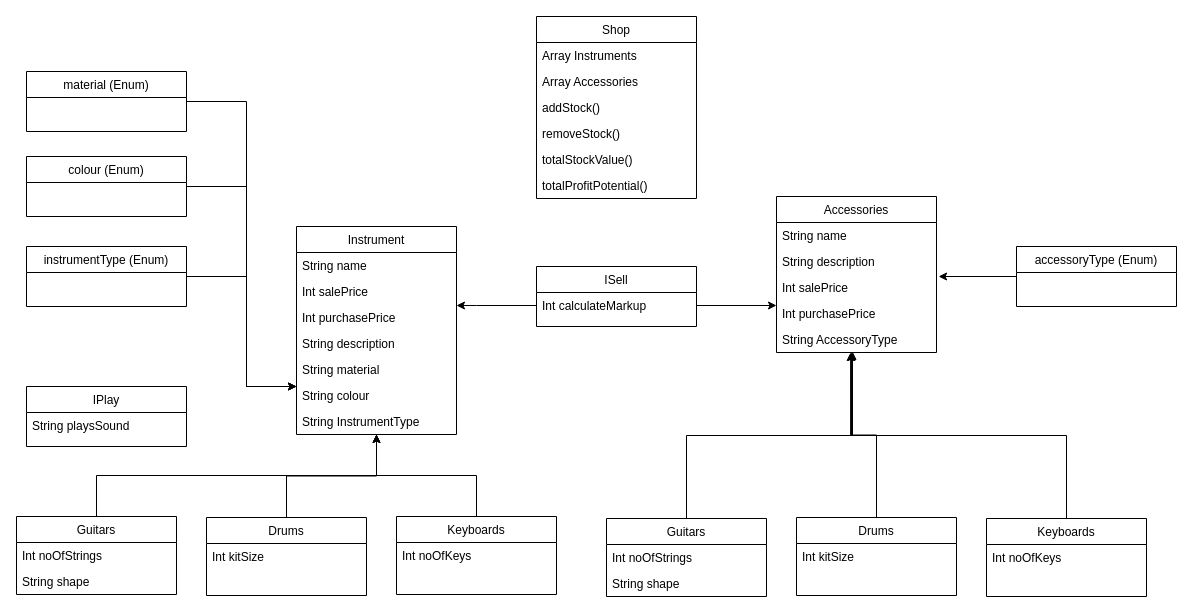
Above: Class_Diagram.drawio in M5FGN/codeclan_homework_week12_weekend_music_shop (draw.io), before the change. Source tidied: cells renumbered, new cells numbered last; positions are measured from the earlier drawing's top-left corner, leaving out a move shared by most shapes. Both pictures are drawn from the tidied source at 100%, with x=0, y=0 at pixel (16, 16).
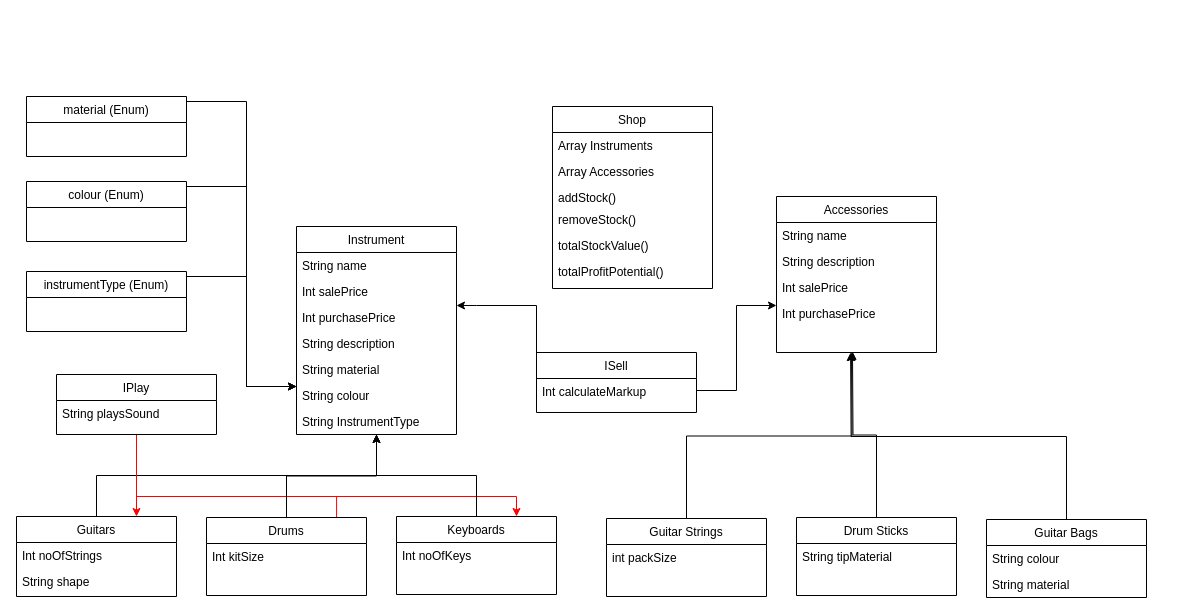
The same diagram, later.

The change refers to these unchanged cells:
```xml
<mxCell id="9" value="Accessories" style="swimlane;fontStyle=0;align=center;verticalAlign=top;horizontal=1;startSize=26;rounded=0;shadow=0;strokeWidth=1;" parent="1" vertex="1">
  <mxGeometry x="760" y="180" width="160" height="156" as="geometry" />
</mxCell>
<mxCell id="12" value="Int salePrice" style="text;align=left;verticalAlign=top;spacingLeft=4;spacingRight=4;overflow=hidden;points=[[0,0.5],[1,0.5]];portConstraint=eastwest;" parent="9" vertex="1">
  <mxGeometry y="78" width="160" height="26" as="geometry" />
</mxCell>
<mxCell id="36" value="Drums" style="swimlane;fontStyle=0;align=center;verticalAlign=top;horizontal=1;startSize=26;rounded=0;shadow=0;strokeWidth=1;" parent="1" vertex="1">
  <mxGeometry x="190" y="501" width="160" height="78" as="geometry" />
</mxCell>
<mxCell id="39" value="Keyboards" style="swimlane;fontStyle=0;align=center;verticalAlign=top;horizontal=1;startSize=26;rounded=0;shadow=0;strokeWidth=1;" parent="1" vertex="1">
  <mxGeometry x="380" y="500" width="160" height="78" as="geometry" />
</mxCell>
```

What changed in the source:
```diff
@@
     <mxCell id="2" value="Shop&#10;" style="swimlane;fontStyle=0;align=center;verticalAlign=top;horizontal=1;startSize=26;rounded=0;shadow=0;strokeWidth=1;" parent="1" vertex="1">
-      <mxGeometry x="520" width="160" height="182" as="geometry" />
+      <mxGeometry x="536" y="90" width="160" height="182" as="geometry" />
     </mxCell>
@@
     <mxCell id="5" value="addStock()" style="text;align=left;verticalAlign=top;spacingLeft=4;spacingRight=4;overflow=hidden;" parent="2" vertex="1">
-      <mxGeometry y="78" width="160" height="26" as="geometry" />
+      <mxGeometry y="78" width="160" height="22" as="geometry" />
     </mxCell>
     <mxCell id="6" value="removeStock()" style="text;align=left;verticalAlign=top;spacingLeft=4;spacingRight=4;overflow=hidden;" parent="2" vertex="1">
-      <mxGeometry y="104" width="160" height="26" as="geometry" />
+      <mxGeometry y="100" width="160" height="26" as="geometry" />
     </mxCell>
     <mxCell id="7" value="totalStockValue()" style="text;align=left;verticalAlign=top;spacingLeft=4;spacingRight=4;overflow=hidden;" parent="2" vertex="1">
-      <mxGeometry y="130" width="160" height="26" as="geometry" />
+      <mxGeometry y="126" width="160" height="26" as="geometry" />
     </mxCell>
     <mxCell id="8" value="totalProfitPotential()" style="text;align=left;verticalAlign=top;spacingLeft=4;spacingRight=4;overflow=hidden;" parent="2" vertex="1">
-      <mxGeometry y="156" width="160" height="26" as="geometry" />
+      <mxGeometry y="152" width="160" height="26" as="geometry" />
     </mxCell>
@@
-    <mxCell id="14" value="String AccessoryType" style="text;align=left;verticalAlign=top;spacingLeft=4;spacingRight=4;overflow=hidden;points=[[0,0.5],[1,0.5]];portConstraint=eastwest;" parent="9" vertex="1">
-      <mxGeometry y="130" width="160" height="26" as="geometry" />
-    </mxCell>
@@
     <mxCell id="16" value="Guitars" style="swimlane;fontStyle=0;align=center;verticalAlign=top;horizontal=1;startSize=26;rounded=0;shadow=0;strokeWidth=1;" parent="1" vertex="1">
-      <mxGeometry y="500" width="160" height="78" as="geometry" />
+      <mxGeometry y="500" width="160" height="80" as="geometry" />
     </mxCell>
@@
+    <mxCell id="57" style="edgeStyle=orthogonalEdgeStyle;rounded=0;jettySize=auto;html=1;exitX=0.5;exitY=1;exitDx=0;exitDy=0;entryX=0.75;entryY=0;entryDx=0;entryDy=0;strokeColor=#FF0000;" parent="1" edge="1" source="27" target="16">
+      <mxGeometry relative="1" as="geometry" />
+    </mxCell>
+    <mxCell id="58" style="edgeStyle=orthogonalEdgeStyle;rounded=0;jettySize=auto;html=1;exitX=0.5;exitY=1;exitDx=0;exitDy=0;entryX=0.813;entryY=0.115;entryDx=0;entryDy=0;entryPerimeter=0;strokeColor=#FF0000;" parent="1" edge="1" source="27" target="36">
+      <mxGeometry relative="1" as="geometry">
+        <Array as="points">
+          <mxPoint x="120" y="480" />
+          <mxPoint x="320" y="480" />
+        </Array>
+      </mxGeometry>
+    </mxCell>
+    <mxCell id="59" style="edgeStyle=orthogonalEdgeStyle;rounded=0;jettySize=auto;html=1;exitX=0.5;exitY=1;exitDx=0;exitDy=0;entryX=0.75;entryY=0;entryDx=0;entryDy=0;fillColor=#FF0000;strokeColor=#FF0000;" parent="1" edge="1" source="27" target="39">
+      <mxGeometry relative="1" as="geometry">
+        <Array as="points">
+          <mxPoint x="120" y="480" />
+          <mxPoint x="500" y="480" />
+        </Array>
+      </mxGeometry>
+    </mxCell>
     <mxCell id="27" value="IPlay" style="swimlane;fontStyle=0;align=center;verticalAlign=top;horizontal=1;startSize=26;rounded=0;shadow=0;strokeWidth=1;" parent="1" vertex="1">
-      <mxGeometry x="10" y="370" width="160" height="60" as="geometry" />
+      <mxGeometry x="40" y="358" width="160" height="60" as="geometry" />
     </mxCell>
@@
     <mxCell id="30" value="colour (Enum)" style="swimlane;fontStyle=0;align=center;verticalAlign=top;horizontal=1;startSize=26;rounded=0;shadow=0;strokeWidth=1;" parent="1" vertex="1">
-      <mxGeometry x="10" y="140" width="160" height="60" as="geometry" />
+      <mxGeometry x="10" y="165" width="160" height="60" as="geometry" />
     </mxCell>
@@
     <mxCell id="32" value="material (Enum)" style="swimlane;fontStyle=0;align=center;verticalAlign=top;horizontal=1;startSize=26;rounded=0;shadow=0;strokeWidth=1;" parent="1" vertex="1">
-      <mxGeometry x="10" y="55" width="160" height="60" as="geometry" />
+      <mxGeometry x="10" y="80" width="160" height="60" as="geometry" />
     </mxCell>
@@
     <mxCell id="34" value="instrumentType (Enum)" style="swimlane;fontStyle=0;align=center;verticalAlign=top;horizontal=1;startSize=26;rounded=0;shadow=0;strokeWidth=1;" parent="1" vertex="1">
-      <mxGeometry x="10" y="230" width="160" height="60" as="geometry" />
+      <mxGeometry x="10" y="255" width="160" height="60" as="geometry" />
     </mxCell>
@@
     <mxCell id="41" value="ISell" style="swimlane;fontStyle=0;align=center;verticalAlign=top;horizontal=1;startSize=26;rounded=0;shadow=0;strokeWidth=1;" parent="1" vertex="1">
-      <mxGeometry x="520" y="250" width="160" height="60" as="geometry" />
+      <mxGeometry x="520" y="336" width="160" height="60" as="geometry" />
     </mxCell>
     <mxCell id="42" value="Int calculateMarkup" style="text;align=left;verticalAlign=top;spacingLeft=4;spacingRight=4;overflow=hidden;points=[[0,0.5],[1,0.5]];portConstraint=eastwest;" parent="41" vertex="1">
-      <mxGeometry y="26" width="160" height="26" as="geometry" />
+      <mxGeometry y="26" width="160" height="24" as="geometry" />
     </mxCell>
-    <mxCell id="43" style="edgeStyle=orthogonalEdgeStyle;rounded=0;jettySize=auto;html=1;exitX=0.5;exitY=0;exitDx=0;exitDy=0;entryX=0.469;entryY=1;entryDx=0;entryDy=0;entryPerimeter=0;" parent="1" edge="1" source="44" target="14">
-      <mxGeometry relative="1" as="geometry" />
+    <mxCell id="43" style="edgeStyle=orthogonalEdgeStyle;rounded=0;jettySize=auto;html=1;exitX=0.5;exitY=0;exitDx=0;exitDy=0;entryX=0.469;entryY=1;entryDx=0;entryDy=0;entryPerimeter=0;" parent="1" edge="1" source="44">
+      <mxGeometry relative="1" as="geometry">
+        <mxPoint x="835" y="336" as="targetPoint" />
+      </mxGeometry>
     </mxCell>
-    <mxCell id="44" value="Guitars" style="swimlane;fontStyle=0;align=center;verticalAlign=top;horizontal=1;startSize=26;rounded=0;shadow=0;strokeWidth=1;" parent="1" vertex="1">
+    <mxCell id="44" value="Guitar Strings" style="swimlane;fontStyle=0;align=center;verticalAlign=top;horizontal=1;startSize=26;rounded=0;shadow=0;strokeWidth=1;" parent="1" vertex="1">
       <mxGeometry x="590" y="502" width="160" height="78" as="geometry" />
     </mxCell>
-    <mxCell id="45" value="Int noOfStrings" style="text;align=left;verticalAlign=top;spacingLeft=4;spacingRight=4;overflow=hidden;" parent="44" vertex="1">
+    <mxCell id="45" value="int packSize" style="text;align=left;verticalAlign=top;spacingLeft=4;spacingRight=4;overflow=hidden;" parent="44" vertex="1">
       <mxGeometry y="26" width="160" height="26" as="geometry" />
     </mxCell>
-    <mxCell id="46" value="String shape" style="text;align=left;verticalAlign=top;spacingLeft=4;spacingRight=4;overflow=hidden;" parent="44" vertex="1">
-      <mxGeometry y="52" width="160" height="26" as="geometry" />
-    </mxCell>
-    <mxCell id="47" style="edgeStyle=orthogonalEdgeStyle;rounded=0;jettySize=auto;html=1;exitX=0.5;exitY=0;exitDx=0;exitDy=0;entryX=0.475;entryY=0.962;entryDx=0;entryDy=0;entryPerimeter=0;" parent="1" edge="1" source="48" target="14">
-      <mxGeometry relative="1" as="geometry" />
+    <mxCell id="47" style="edgeStyle=orthogonalEdgeStyle;rounded=0;jettySize=auto;html=1;exitX=0.5;exitY=0;exitDx=0;exitDy=0;entryX=0.475;entryY=0.962;entryDx=0;entryDy=0;entryPerimeter=0;" parent="1" edge="1" source="48">
+      <mxGeometry relative="1" as="geometry">
+        <mxPoint x="836" y="335" as="targetPoint" />
+      </mxGeometry>
     </mxCell>
-    <mxCell id="48" value="Drums" style="swimlane;fontStyle=0;align=center;verticalAlign=top;horizontal=1;startSize=26;rounded=0;shadow=0;strokeWidth=1;" parent="1" vertex="1">
+    <mxCell id="48" value="Drum Sticks" style="swimlane;fontStyle=0;align=center;verticalAlign=top;horizontal=1;startSize=26;rounded=0;shadow=0;strokeWidth=1;" parent="1" vertex="1">
       <mxGeometry x="780" y="501" width="160" height="78" as="geometry" />
     </mxCell>
-    <mxCell id="49" value="Int kitSize" style="text;align=left;verticalAlign=top;spacingLeft=4;spacingRight=4;overflow=hidden;" parent="48" vertex="1">
+    <mxCell id="49" value="String tipMaterial" style="text;align=left;verticalAlign=top;spacingLeft=4;spacingRight=4;overflow=hidden;" parent="48" vertex="1">
       <mxGeometry y="26" width="160" height="26" as="geometry" />
     </mxCell>
-    <mxCell id="50" style="edgeStyle=orthogonalEdgeStyle;rounded=0;jettySize=auto;html=1;exitX=0.5;exitY=0;exitDx=0;exitDy=0;entryX=0.463;entryY=1;entryDx=0;entryDy=0;entryPerimeter=0;" parent="1" edge="1" source="51" target="14">
-      <mxGeometry relative="1" as="geometry" />
+    <mxCell id="50" style="edgeStyle=orthogonalEdgeStyle;rounded=0;jettySize=auto;html=1;exitX=0.5;exitY=0;exitDx=0;exitDy=0;entryX=0.463;entryY=1;entryDx=0;entryDy=0;entryPerimeter=0;" parent="1" edge="1" source="51">
+      <mxGeometry relative="1" as="geometry">
+        <mxPoint x="834.1" y="336" as="targetPoint" />
+      </mxGeometry>
     </mxCell>
-    <mxCell id="51" value="Keyboards" style="swimlane;fontStyle=0;align=center;verticalAlign=top;horizontal=1;startSize=26;rounded=0;shadow=0;strokeWidth=1;" parent="1" vertex="1">
-      <mxGeometry x="970" y="502" width="160" height="78" as="geometry" />
+    <mxCell id="51" value="Guitar Bags" style="swimlane;fontStyle=0;align=center;verticalAlign=top;horizontal=1;startSize=26;rounded=0;shadow=0;strokeWidth=1;" parent="1" vertex="1">
+      <mxGeometry x="970" y="503" width="160" height="78" as="geometry" />
     </mxCell>
-    <mxCell id="52" value="Int noOfKeys" style="text;align=left;verticalAlign=top;spacingLeft=4;spacingRight=4;overflow=hidden;" parent="51" vertex="1">
+    <mxCell id="52" value="String colour" style="text;align=left;verticalAlign=top;spacingLeft=4;spacingRight=4;overflow=hidden;" parent="51" vertex="1">
       <mxGeometry y="26" width="160" height="26" as="geometry" />
     </mxCell>
-    <mxCell id="53" style="edgeStyle=orthogonalEdgeStyle;rounded=0;jettySize=auto;html=1;exitX=0;exitY=0.5;exitDx=0;exitDy=0;entryX=1.013;entryY=0.077;entryDx=0;entryDy=0;entryPerimeter=0;" parent="1" edge="1" source="54" target="12">
-      <mxGeometry relative="1" as="geometry" />
-    </mxCell>
-    <mxCell id="54" value="accessoryType (Enum)" style="swimlane;fontStyle=0;align=center;verticalAlign=top;horizontal=1;startSize=26;rounded=0;shadow=0;strokeWidth=1;" parent="1" vertex="1">
-      <mxGeometry x="1000" y="230" width="160" height="60" as="geometry" />
-    </mxCell>
+    <mxCell id="60" value="String material" style="text;align=left;verticalAlign=top;spacingLeft=4;spacingRight=4;overflow=hidden;" parent="51" vertex="1">
+      <mxGeometry y="52" width="160" height="26" as="geometry" />
+    </mxCell>
```
